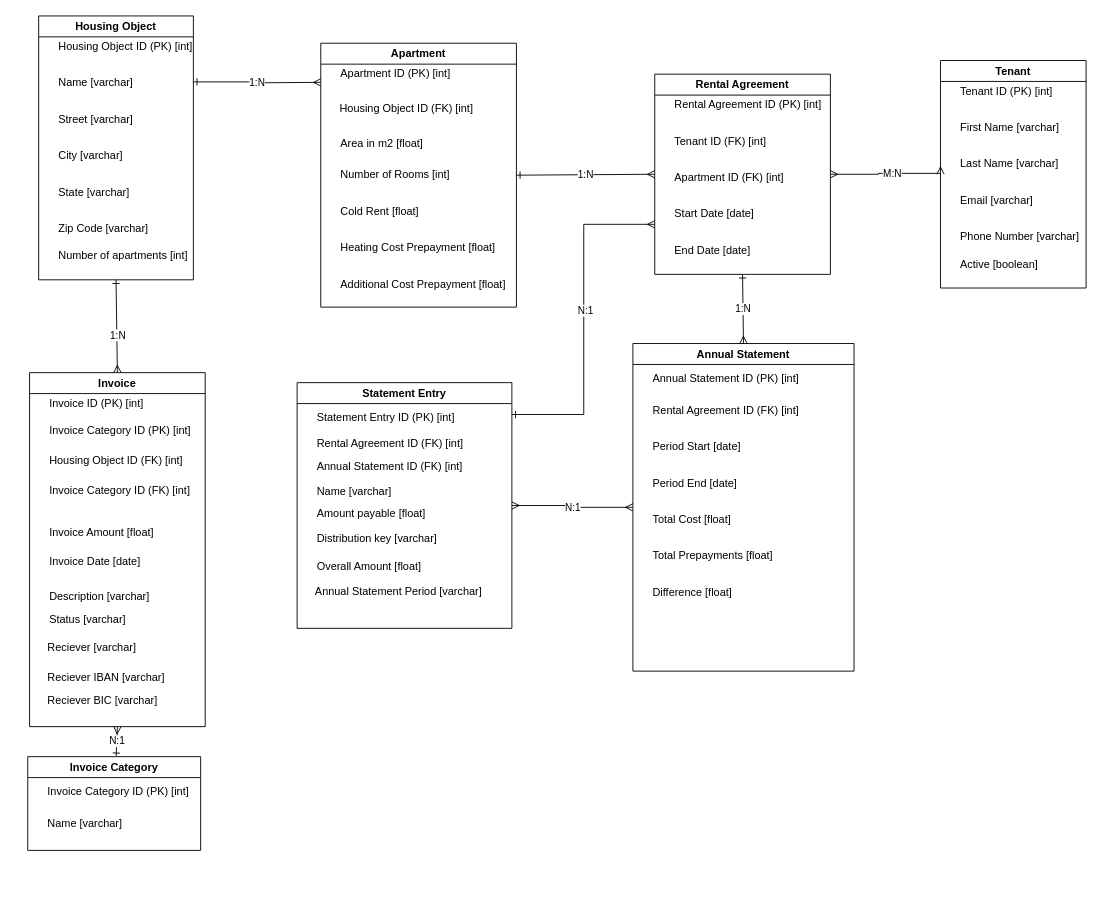
Above: docs/ERM-Tenant-Management.drawio in Ainges/DPE-2024-Backend (draw.io), before the change. Source tidied: cells renumbered, new cells numbered last; positions are measured from the earlier drawing's top-left corner, leaving out a move shared by most shapes. Both pictures are drawn from the tidied source at 91%, with x=0, y=0 at pixel (27, 15).
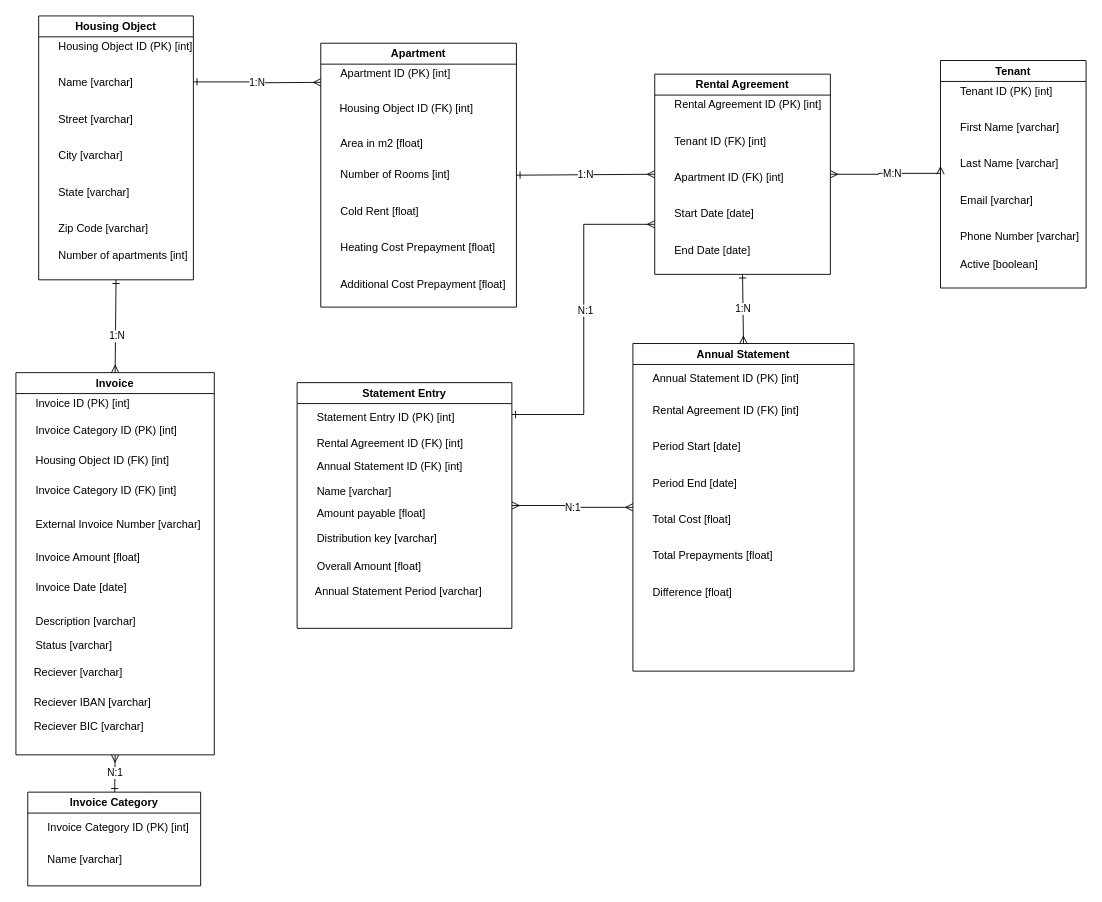
After the change.

Commit message:
Added external Invoice Number field

Diff of the diagram source:
```diff
@@
     <mxCell id="31" value="Invoice" style="swimlane;whiteSpace=wrap;html=1;" parent="1" vertex="1">
-      <mxGeometry x="2" y="392" width="193" height="389" as="geometry" />
+      <mxGeometry x="-13" y="392" width="218" height="420" as="geometry" />
     </mxCell>
@@
     <mxCell id="33" value="Invoice Date [date]" style="text;" parent="31" vertex="1">
-      <mxGeometry x="20" y="194" width="120" height="30" as="geometry" />
+      <mxGeometry x="20" y="222" width="120" height="30" as="geometry" />
     </mxCell>
     <mxCell id="34" value="Invoice Amount [float]" style="text;" parent="31" vertex="1">
-      <mxGeometry x="20" y="162" width="120" height="30" as="geometry" />
+      <mxGeometry x="20" y="190" width="120" height="30" as="geometry" />
     </mxCell>
@@
     <mxCell id="38" value="Description [varchar]" style="text;" parent="31" vertex="1">
-      <mxGeometry x="20" y="232" width="120" height="30" as="geometry" />
+      <mxGeometry x="20" y="260" width="120" height="30" as="geometry" />
     </mxCell>
     <mxCell id="39" value="Status [varchar]" style="text;" parent="31" vertex="1">
-      <mxGeometry x="20" y="258" width="120" height="30" as="geometry" />
+      <mxGeometry x="20" y="286" width="120" height="30" as="geometry" />
     </mxCell>
     <mxCell id="40" value="Reciever [varchar]" style="text;" parent="31" vertex="1">
-      <mxGeometry x="18" y="288" width="120" height="30" as="geometry" />
+      <mxGeometry x="18" y="316" width="120" height="30" as="geometry" />
     </mxCell>
     <mxCell id="41" value="Reciever IBAN [varchar]" style="text;" parent="31" vertex="1">
-      <mxGeometry x="18" y="321" width="120" height="30" as="geometry" />
+      <mxGeometry x="18" y="349" width="120" height="30" as="geometry" />
     </mxCell>
     <mxCell id="42" value="Reciever BIC [varchar]" style="text;" parent="31" vertex="1">
-      <mxGeometry x="18" y="347" width="120" height="30" as="geometry" />
+      <mxGeometry x="18" y="375" width="120" height="30" as="geometry" />
     </mxCell>
+    <mxCell id="73" value="External Invoice Number [varchar]" style="text;" parent="31" vertex="1">
+      <mxGeometry x="20" y="153" width="120" height="30" as="geometry" />
+    </mxCell>
@@
     <mxCell id="70" value="Invoice Category" style="swimlane;whiteSpace=wrap;html=1;" parent="1" vertex="1">
-      <mxGeometry y="814" width="190" height="103" as="geometry" />
+      <mxGeometry y="853" width="190" height="103" as="geometry" />
     </mxCell>
```
